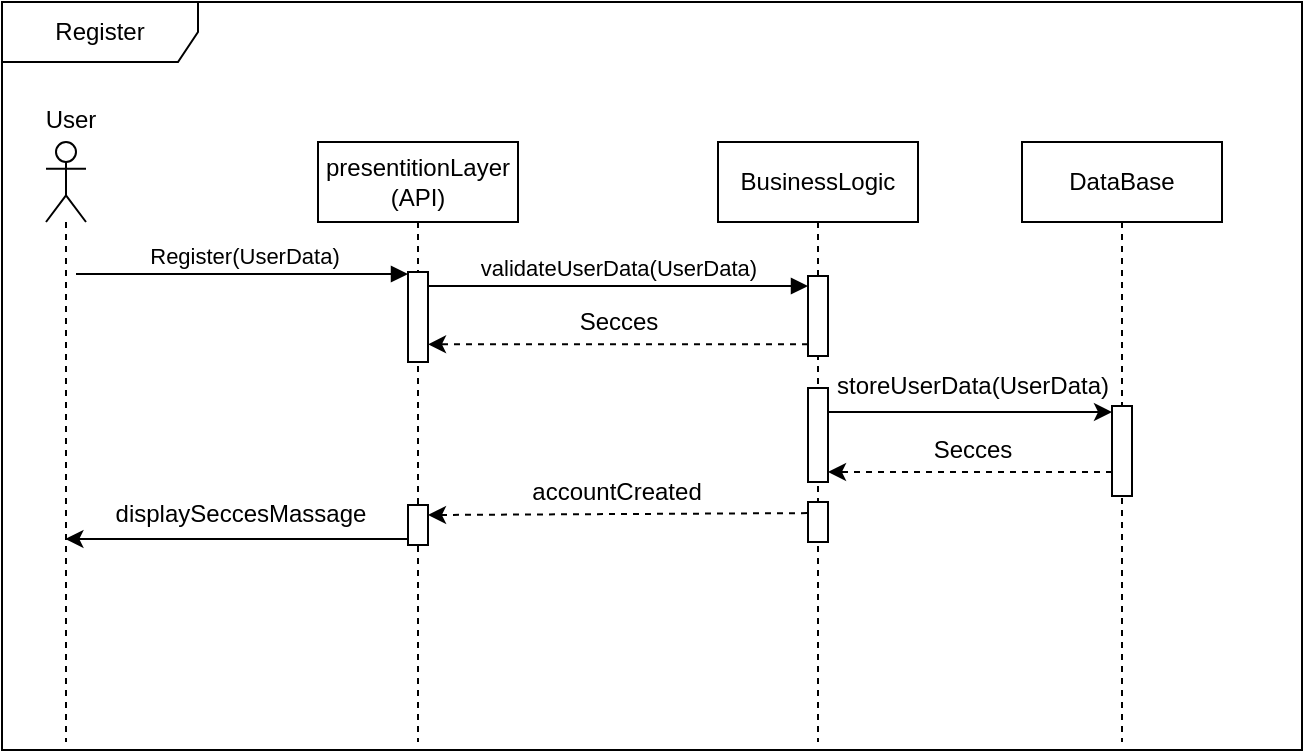
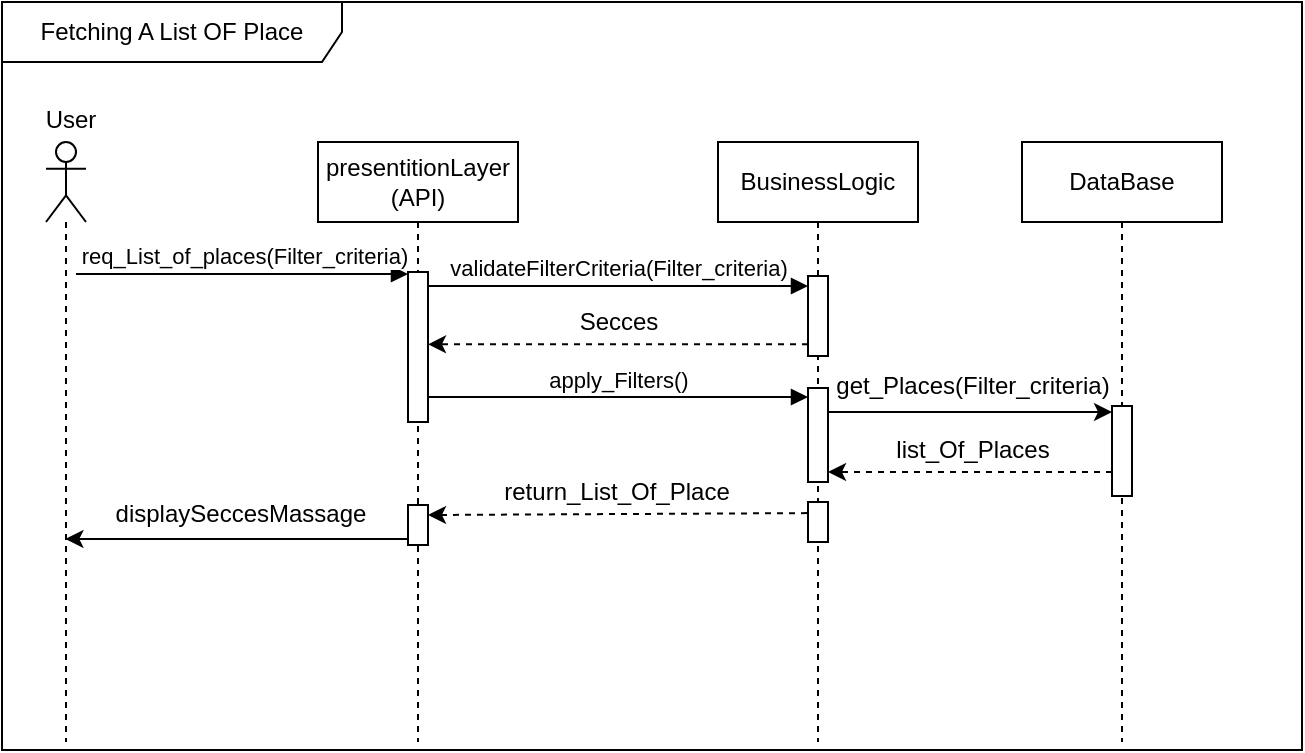
<mxfile host="65bd71144e">
    <diagram id="e5vtAHsq5KcCRn5nqAtC" name="Page-1">
-         <mxGraphModel dx="-127" dy="1500" grid="1" gridSize="10" guides="1" tooltips="1" connect="1" arrows="1" fold="1" page="1" pageScale="1" pageWidth="850" pageHeight="1100" background="#ffffff" math="0" shadow="0">
+         <mxGraphModel dx="2773" dy="2633" grid="1" gridSize="10" guides="1" tooltips="1" connect="1" arrows="1" fold="1" page="1" pageScale="1" pageWidth="850" pageHeight="1100" background="#ffffff" math="0" shadow="0">
            <root>
                <mxCell id="0"/>
                <mxCell id="1" parent="0"/>
-                 <mxCell id="2" value="presentitionLayer&lt;div&gt;(API)&lt;/div&gt;" style="shape=umlLifeline;perimeter=lifelinePerimeter;whiteSpace=wrap;html=1;container=1;dropTarget=0;collapsible=0;recursiveResize=0;outlineConnect=0;portConstraint=eastwest;newEdgeStyle={&quot;edgeStyle&quot;:&quot;elbowEdgeStyle&quot;,&quot;elbow&quot;:&quot;vertical&quot;,&quot;curved&quot;:0,&quot;rounded&quot;:0};" vertex="1" parent="1">
-                     <mxGeometry x="1090" y="-370" width="100" height="300" as="geometry"/>
+                 <mxCell id="105" value="presentitionLayer&lt;div&gt;(API)&lt;/div&gt;" style="shape=umlLifeline;perimeter=lifelinePerimeter;whiteSpace=wrap;html=1;container=1;dropTarget=0;collapsible=0;recursiveResize=0;outlineConnect=0;portConstraint=eastwest;newEdgeStyle={&quot;edgeStyle&quot;:&quot;elbowEdgeStyle&quot;,&quot;elbow&quot;:&quot;vertical&quot;,&quot;curved&quot;:0,&quot;rounded&quot;:0};" vertex="1" parent="1">
+                     <mxGeometry x="238" y="-370" width="100" height="300" as="geometry"/>
                </mxCell>
-                 <mxCell id="3" value="" style="html=1;points=[[0,0,0,0,5],[0,1,0,0,-5],[1,0,0,0,5],[1,1,0,0,-5]];perimeter=orthogonalPerimeter;outlineConnect=0;targetShapes=umlLifeline;portConstraint=eastwest;newEdgeStyle={&quot;curved&quot;:0,&quot;rounded&quot;:0};" vertex="1" parent="2">
-                     <mxGeometry x="45" y="65" width="10" height="45" as="geometry"/>
+                 <mxCell id="106" value="" style="html=1;points=[[0,0,0,0,5],[0,1,0,0,-5],[1,0,0,0,5],[1,1,0,0,-5]];perimeter=orthogonalPerimeter;outlineConnect=0;targetShapes=umlLifeline;portConstraint=eastwest;newEdgeStyle={&quot;curved&quot;:0,&quot;rounded&quot;:0};" vertex="1" parent="105">
+                     <mxGeometry x="45" y="65" width="10" height="75" as="geometry"/>
                </mxCell>
-                 <mxCell id="4" value="" style="html=1;points=[[0,0,0,0,5],[0,1,0,0,-5],[1,0,0,0,5],[1,1,0,0,-5]];perimeter=orthogonalPerimeter;outlineConnect=0;targetShapes=umlLifeline;portConstraint=eastwest;newEdgeStyle={&quot;curved&quot;:0,&quot;rounded&quot;:0};" vertex="1" parent="2">
+                 <mxCell id="107" value="" style="html=1;points=[[0,0,0,0,5],[0,1,0,0,-5],[1,0,0,0,5],[1,1,0,0,-5]];perimeter=orthogonalPerimeter;outlineConnect=0;targetShapes=umlLifeline;portConstraint=eastwest;newEdgeStyle={&quot;curved&quot;:0,&quot;rounded&quot;:0};" vertex="1" parent="105">
                    <mxGeometry x="45" y="181.5" width="10" height="20" as="geometry"/>
                </mxCell>
-                 <mxCell id="5" value="BusinessLogic" style="shape=umlLifeline;perimeter=lifelinePerimeter;whiteSpace=wrap;html=1;container=1;dropTarget=0;collapsible=0;recursiveResize=0;outlineConnect=0;portConstraint=eastwest;newEdgeStyle={&quot;edgeStyle&quot;:&quot;elbowEdgeStyle&quot;,&quot;elbow&quot;:&quot;vertical&quot;,&quot;curved&quot;:0,&quot;rounded&quot;:0};" vertex="1" parent="1">
-                     <mxGeometry x="1290" y="-370" width="100" height="300" as="geometry"/>
+                 <mxCell id="108" value="BusinessLogic" style="shape=umlLifeline;perimeter=lifelinePerimeter;whiteSpace=wrap;html=1;container=1;dropTarget=0;collapsible=0;recursiveResize=0;outlineConnect=0;portConstraint=eastwest;newEdgeStyle={&quot;edgeStyle&quot;:&quot;elbowEdgeStyle&quot;,&quot;elbow&quot;:&quot;vertical&quot;,&quot;curved&quot;:0,&quot;rounded&quot;:0};" vertex="1" parent="1">
+                     <mxGeometry x="438" y="-370" width="100" height="300" as="geometry"/>
                </mxCell>
-                 <mxCell id="6" value="" style="html=1;points=[[0,0,0,0,5],[0,1,0,0,-5],[1,0,0,0,5],[1,1,0,0,-5]];perimeter=orthogonalPerimeter;outlineConnect=0;targetShapes=umlLifeline;portConstraint=eastwest;newEdgeStyle={&quot;curved&quot;:0,&quot;rounded&quot;:0};" vertex="1" parent="5">
+                 <mxCell id="109" value="" style="html=1;points=[[0,0,0,0,5],[0,1,0,0,-5],[1,0,0,0,5],[1,1,0,0,-5]];perimeter=orthogonalPerimeter;outlineConnect=0;targetShapes=umlLifeline;portConstraint=eastwest;newEdgeStyle={&quot;curved&quot;:0,&quot;rounded&quot;:0};" vertex="1" parent="108">
                    <mxGeometry x="45" y="67" width="10" height="40" as="geometry"/>
                </mxCell>
-                 <mxCell id="7" value="" style="shape=umlLifeline;perimeter=lifelinePerimeter;whiteSpace=wrap;html=1;container=1;dropTarget=0;collapsible=0;recursiveResize=0;outlineConnect=0;portConstraint=eastwest;newEdgeStyle={&quot;curved&quot;:0,&quot;rounded&quot;:0};participant=umlActor;" vertex="1" parent="1">
-                     <mxGeometry x="954" y="-370" width="20" height="300" as="geometry"/>
+                 <mxCell id="110" value="" style="shape=umlLifeline;perimeter=lifelinePerimeter;whiteSpace=wrap;html=1;container=1;dropTarget=0;collapsible=0;recursiveResize=0;outlineConnect=0;portConstraint=eastwest;newEdgeStyle={&quot;curved&quot;:0,&quot;rounded&quot;:0};participant=umlActor;" vertex="1" parent="1">
+                     <mxGeometry x="102" y="-370" width="20" height="300" as="geometry"/>
                </mxCell>
-                 <mxCell id="8" value="Register" style="shape=umlFrame;whiteSpace=wrap;html=1;pointerEvents=0;width=98;height=30;" vertex="1" parent="1">
-                     <mxGeometry x="932" y="-440" width="650" height="374" as="geometry"/>
+                 <mxCell id="111" value="Fetching A List OF Place" style="shape=umlFrame;whiteSpace=wrap;html=1;pointerEvents=0;width=170;height=30;" vertex="1" parent="1">
+                     <mxGeometry x="80" y="-440" width="650" height="374" as="geometry"/>
                </mxCell>
-                 <mxCell id="9" value="DataBase" style="shape=umlLifeline;perimeter=lifelinePerimeter;whiteSpace=wrap;html=1;container=1;dropTarget=0;collapsible=0;recursiveResize=0;outlineConnect=0;portConstraint=eastwest;newEdgeStyle={&quot;edgeStyle&quot;:&quot;elbowEdgeStyle&quot;,&quot;elbow&quot;:&quot;vertical&quot;,&quot;curved&quot;:0,&quot;rounded&quot;:0};" vertex="1" parent="1">
-                     <mxGeometry x="1442" y="-370" width="100" height="300" as="geometry"/>
+                 <mxCell id="112" value="DataBase" style="shape=umlLifeline;perimeter=lifelinePerimeter;whiteSpace=wrap;html=1;container=1;dropTarget=0;collapsible=0;recursiveResize=0;outlineConnect=0;portConstraint=eastwest;newEdgeStyle={&quot;edgeStyle&quot;:&quot;elbowEdgeStyle&quot;,&quot;elbow&quot;:&quot;vertical&quot;,&quot;curved&quot;:0,&quot;rounded&quot;:0};" vertex="1" parent="1">
+                     <mxGeometry x="590" y="-370" width="100" height="300" as="geometry"/>
                </mxCell>
-                 <mxCell id="10" value="" style="html=1;points=[[0,0,0,0,5],[0,1,0,0,-5],[1,0,0,0,5],[1,1,0,0,-5]];perimeter=orthogonalPerimeter;outlineConnect=0;targetShapes=umlLifeline;portConstraint=eastwest;newEdgeStyle={&quot;curved&quot;:0,&quot;rounded&quot;:0};" vertex="1" parent="9">
+                 <mxCell id="113" value="" style="html=1;points=[[0,0,0,0,5],[0,1,0,0,-5],[1,0,0,0,5],[1,1,0,0,-5]];perimeter=orthogonalPerimeter;outlineConnect=0;targetShapes=umlLifeline;portConstraint=eastwest;newEdgeStyle={&quot;curved&quot;:0,&quot;rounded&quot;:0};" vertex="1" parent="112">
                    <mxGeometry x="45" y="132" width="10" height="45" as="geometry"/>
                </mxCell>
-                 <mxCell id="11" style="edgeStyle=none;html=1;curved=0;rounded=0;" edge="1" parent="1" target="10">
+                 <mxCell id="114" style="edgeStyle=none;html=1;curved=0;rounded=0;" edge="1" parent="1" target="113">
                    <mxGeometry relative="1" as="geometry">
-                         <mxPoint x="1345" y="-235" as="sourcePoint"/>
-                         <mxPoint x="1545" y="-235" as="targetPoint"/>
+                         <mxPoint x="493" y="-235" as="sourcePoint"/>
+                         <mxPoint x="693" y="-235" as="targetPoint"/>
                    </mxGeometry>
                </mxCell>
-                 <mxCell id="12" value="Register(UserData)" style="html=1;verticalAlign=bottom;endArrow=block;curved=0;rounded=0;" edge="1" parent="1" target="3">
+                 <mxCell id="115" value="req_List_of_places(Filter_criteria)" style="html=1;verticalAlign=bottom;endArrow=block;curved=0;rounded=0;" edge="1" parent="1" target="106">
                    <mxGeometry x="0.0044" width="80" relative="1" as="geometry">
-                         <mxPoint x="969" y="-304" as="sourcePoint"/>
-                         <mxPoint x="1133" y="-304" as="targetPoint"/>
+                         <mxPoint x="117" y="-304" as="sourcePoint"/>
+                         <mxPoint x="281" y="-304" as="targetPoint"/>
                        <mxPoint as="offset"/>
                    </mxGeometry>
                </mxCell>
-                 <mxCell id="13" value="validateUserData(UserData)" style="html=1;verticalAlign=bottom;endArrow=block;curved=0;rounded=0;entryX=0;entryY=0;entryDx=0;entryDy=5;entryPerimeter=0;" edge="1" parent="1" source="3" target="6">
+                 <mxCell id="116" value="validateFilterCriteria(&lt;span style=&quot;color: rgb(0, 0, 0);&quot;&gt;Filter_criteria&lt;/span&gt;)" style="html=1;verticalAlign=bottom;endArrow=block;curved=0;rounded=0;entryX=0;entryY=0;entryDx=0;entryDy=5;entryPerimeter=0;" edge="1" parent="1" source="106" target="109">
                    <mxGeometry x="-0.001" width="80" relative="1" as="geometry">
-                         <mxPoint x="1152" y="-298" as="sourcePoint"/>
-                         <mxPoint x="1263" y="-298.5" as="targetPoint"/>
+                         <mxPoint x="300" y="-298" as="sourcePoint"/>
+                         <mxPoint x="411" y="-298.5" as="targetPoint"/>
                        <mxPoint as="offset"/>
                    </mxGeometry>
                </mxCell>
-                 <mxCell id="14" style="edgeStyle=none;html=1;curved=0;rounded=0;dashed=1;entryX=1;entryY=1;entryDx=0;entryDy=-5;entryPerimeter=0;" edge="1" parent="1" target="21">
-                     <mxGeometry relative="1" as="geometry">
-                         <mxPoint x="1487" y="-205" as="sourcePoint"/>
-                         <mxPoint x="1287" y="-205" as="targetPoint"/>
+                 <mxCell id="117" value="apply_Filters()" style="html=1;verticalAlign=bottom;endArrow=block;curved=0;rounded=0;" edge="1" parent="1">
+                     <mxGeometry width="80" relative="1" as="geometry">
+                         <mxPoint x="293" y="-242.5" as="sourcePoint"/>
+                         <mxPoint x="483" y="-242.5" as="targetPoint"/>
                    </mxGeometry>
                </mxCell>
-                 <mxCell id="15" style="edgeStyle=none;html=1;curved=0;rounded=0;dashed=1;entryX=1;entryY=0;entryDx=0;entryDy=5;entryPerimeter=0;" edge="1" parent="1" target="4">
+                 <mxCell id="118" style="edgeStyle=none;html=1;curved=0;rounded=0;dashed=1;entryX=1;entryY=1;entryDx=0;entryDy=-5;entryPerimeter=0;" edge="1" parent="1" target="125">
                    <mxGeometry relative="1" as="geometry">
-                         <mxPoint x="1334.5" y="-184.45" as="sourcePoint"/>
-                         <mxPoint x="1179.5" y="-184.45" as="targetPoint"/>
+                         <mxPoint x="635" y="-205" as="sourcePoint"/>
+                         <mxPoint x="435" y="-205" as="targetPoint"/>
                    </mxGeometry>
                </mxCell>
-                 <mxCell id="16" value="" style="html=1;points=[[0,0,0,0,5],[0,1,0,0,-5],[1,0,0,0,5],[1,1,0,0,-5]];perimeter=orthogonalPerimeter;outlineConnect=0;targetShapes=umlLifeline;portConstraint=eastwest;newEdgeStyle={&quot;curved&quot;:0,&quot;rounded&quot;:0};" vertex="1" parent="1">
-                     <mxGeometry x="1335" y="-190" width="10" height="20" as="geometry"/>
-                 </mxCell>
-                 <mxCell id="17" value="accountCreated" style="text;html=1;align=center;verticalAlign=middle;resizable=0;points=[];autosize=1;strokeColor=none;fillColor=none;" vertex="1" parent="1">
-                     <mxGeometry x="1184" y="-210" width="110" height="30" as="geometry"/>
-                 </mxCell>
-                 <mxCell id="18" value="User" style="text;html=1;align=center;verticalAlign=middle;resizable=0;points=[];autosize=1;strokeColor=none;fillColor=none;" vertex="1" parent="1">
-                     <mxGeometry x="941" y="-396.5" width="50" height="30" as="geometry"/>
-                 </mxCell>
-                 <mxCell id="19" value="" style="edgeStyle=none;html=1;curved=0;rounded=0;dashed=1;" edge="1" parent="1" target="3">
+                 <mxCell id="119" style="edgeStyle=none;html=1;curved=0;rounded=0;dashed=1;entryX=1;entryY=0;entryDx=0;entryDy=5;entryPerimeter=0;" edge="1" parent="1" target="107">
                    <mxGeometry relative="1" as="geometry">
-                         <mxPoint x="1335" y="-268.86" as="sourcePoint"/>
-                         <mxPoint x="1185" y="-268.86" as="targetPoint"/>
+                         <mxPoint x="482.5" y="-184.45" as="sourcePoint"/>
+                         <mxPoint x="327.5" y="-184.45" as="targetPoint"/>
                    </mxGeometry>
                </mxCell>
-                 <mxCell id="20" value="Secces" style="text;html=1;align=center;verticalAlign=middle;resizable=0;points=[];autosize=1;strokeColor=none;fillColor=none;" vertex="1" parent="1">
-                     <mxGeometry x="1210" y="-295" width="60" height="30" as="geometry"/>
+                 <mxCell id="120" value="" style="html=1;points=[[0,0,0,0,5],[0,1,0,0,-5],[1,0,0,0,5],[1,1,0,0,-5]];perimeter=orthogonalPerimeter;outlineConnect=0;targetShapes=umlLifeline;portConstraint=eastwest;newEdgeStyle={&quot;curved&quot;:0,&quot;rounded&quot;:0};" vertex="1" parent="1">
+                     <mxGeometry x="483" y="-190" width="10" height="20" as="geometry"/>
                </mxCell>
-                 <mxCell id="21" value="" style="html=1;points=[[0,0,0,0,5],[0,1,0,0,-5],[1,0,0,0,5],[1,1,0,0,-5]];perimeter=orthogonalPerimeter;outlineConnect=0;targetShapes=umlLifeline;portConstraint=eastwest;newEdgeStyle={&quot;curved&quot;:0,&quot;rounded&quot;:0};" vertex="1" parent="1">
-                     <mxGeometry x="1335" y="-247" width="10" height="47" as="geometry"/>
+                 <mxCell id="121" value="return_List_Of_Place" style="text;html=1;align=center;verticalAlign=middle;resizable=0;points=[];autosize=1;strokeColor=none;fillColor=none;" vertex="1" parent="1">
+                     <mxGeometry x="317" y="-210" width="140" height="30" as="geometry"/>
                </mxCell>
-                 <mxCell id="22" value="storeUserData(UserData)" style="text;html=1;align=center;verticalAlign=middle;resizable=0;points=[];autosize=1;strokeColor=none;fillColor=none;" vertex="1" parent="1">
-                     <mxGeometry x="1337" y="-263.5" width="160" height="30" as="geometry"/>
+                 <mxCell id="122" value="User" style="text;html=1;align=center;verticalAlign=middle;resizable=0;points=[];autosize=1;strokeColor=none;fillColor=none;" vertex="1" parent="1">
+                     <mxGeometry x="89" y="-396.5" width="50" height="30" as="geometry"/>
                </mxCell>
-                 <mxCell id="23" value="Secces" style="text;html=1;align=center;verticalAlign=middle;resizable=0;points=[];autosize=1;strokeColor=none;fillColor=none;" vertex="1" parent="1">
-                     <mxGeometry x="1387" y="-231" width="60" height="30" as="geometry"/>
-                 </mxCell>
-                 <mxCell id="24" style="edgeStyle=none;html=1;curved=0;rounded=0;" edge="1" parent="1">
+                 <mxCell id="123" value="" style="edgeStyle=none;html=1;curved=0;rounded=0;dashed=1;" edge="1" parent="1" target="106">
                    <mxGeometry relative="1" as="geometry">
-                         <mxPoint x="1135" y="-171.5" as="sourcePoint"/>
-                         <mxPoint x="963.7" y="-171.5" as="targetPoint"/>
+                         <mxPoint x="483" y="-268.86" as="sourcePoint"/>
+                         <mxPoint x="333" y="-268.86" as="targetPoint"/>
                    </mxGeometry>
                </mxCell>
-                 <mxCell id="25" value="displaySeccesMassage" style="text;html=1;align=center;verticalAlign=middle;resizable=0;points=[];autosize=1;strokeColor=none;fillColor=none;" vertex="1" parent="1">
-                     <mxGeometry x="976" y="-199.5" width="150" height="30" as="geometry"/>
+                 <mxCell id="124" value="Secces" style="text;html=1;align=center;verticalAlign=middle;resizable=0;points=[];autosize=1;strokeColor=none;fillColor=none;" vertex="1" parent="1">
+                     <mxGeometry x="358" y="-295" width="60" height="30" as="geometry"/>
+                 </mxCell>
+                 <mxCell id="125" value="" style="html=1;points=[[0,0,0,0,5],[0,1,0,0,-5],[1,0,0,0,5],[1,1,0,0,-5]];perimeter=orthogonalPerimeter;outlineConnect=0;targetShapes=umlLifeline;portConstraint=eastwest;newEdgeStyle={&quot;curved&quot;:0,&quot;rounded&quot;:0};" vertex="1" parent="1">
+                     <mxGeometry x="483" y="-247" width="10" height="47" as="geometry"/>
+                 </mxCell>
+                 <mxCell id="126" value="get_Places(Filter_criteria)" style="text;html=1;align=center;verticalAlign=middle;resizable=0;points=[];autosize=1;strokeColor=none;fillColor=none;" vertex="1" parent="1">
+                     <mxGeometry x="485" y="-263.5" width="160" height="30" as="geometry"/>
+                 </mxCell>
+                 <mxCell id="127" value="list_Of_Places" style="text;html=1;align=center;verticalAlign=middle;resizable=0;points=[];autosize=1;strokeColor=none;fillColor=none;" vertex="1" parent="1">
+                     <mxGeometry x="515" y="-231" width="100" height="30" as="geometry"/>
+                 </mxCell>
+                 <mxCell id="128" style="edgeStyle=none;html=1;curved=0;rounded=0;" edge="1" parent="1">
+                     <mxGeometry relative="1" as="geometry">
+                         <mxPoint x="283" y="-171.5" as="sourcePoint"/>
+                         <mxPoint x="111.70000000000005" y="-171.5" as="targetPoint"/>
+                     </mxGeometry>
+                 </mxCell>
+                 <mxCell id="129" value="displaySeccesMassage" style="text;html=1;align=center;verticalAlign=middle;resizable=0;points=[];autosize=1;strokeColor=none;fillColor=none;" vertex="1" parent="1">
+                     <mxGeometry x="124" y="-199.5" width="150" height="30" as="geometry"/>
                </mxCell>
            </root>
        </mxGraphModel>
    </diagram>
</mxfile>
